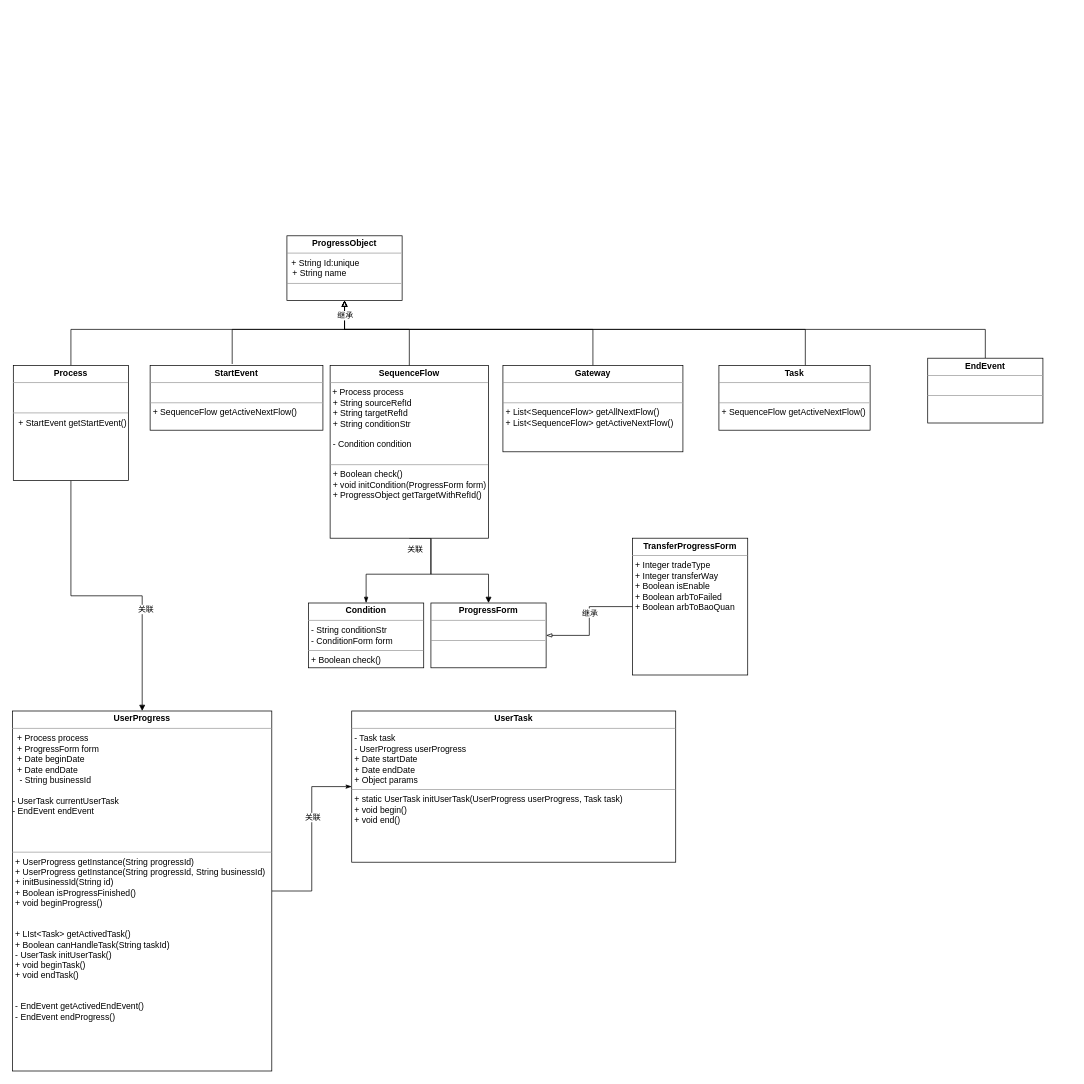
This is 20221110-优信拍售后过户流程设计.drawio from specialnote/diagrams, a draw.io file, before an edit. Source tidied: cells renumbered, new cells numbered last; positions are measured from the earlier drawing's top-left corner, leaving out a move shared by most shapes. Both pictures are drawn from the tidied source at 72%, with x=0, y=0 at pixel (12, 235).
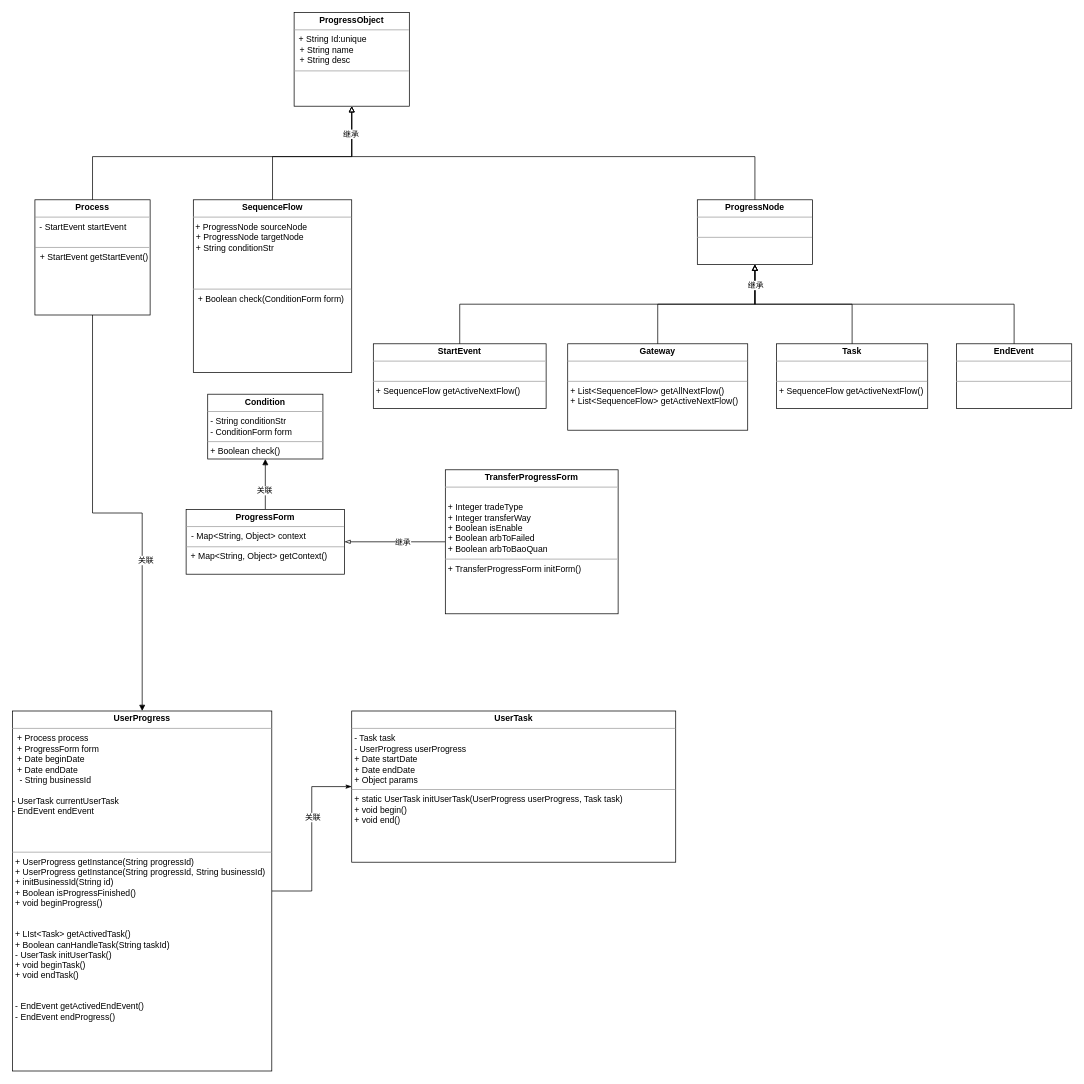
Above is the later version.

Commit message (it also covers changes not shown here):
Update 20221110-优信拍售后过户流程设计.drawio

The edit, as a diff of the source:
```diff
@@
-    <mxCell id="2" style="edgeStyle=orthogonalEdgeStyle;rounded=0;jettySize=auto;html=1;entryX=0.5;entryY=1;entryDx=0;entryDy=0;endArrow=block;endFill=0;" parent="1" edge="1" target="20">
-      <mxGeometry relative="1" as="geometry">
-        <mxPoint x="551" y="190" as="sourcePoint" />
-        <Array as="points">
-          <mxPoint x="551" y="130" />
-          <mxPoint x="461" y="130" />
-        </Array>
-      </mxGeometry>
-    </mxCell>
-    <mxCell id="3" style="edgeStyle=orthogonalEdgeStyle;rounded=0;jettySize=auto;html=1;endArrow=blockThin;endFill=1;" parent="1" edge="1" source="6" target="7">
-      <mxGeometry relative="1" as="geometry">
-        <Array as="points">
-          <mxPoint x="581" y="470" />
-          <mxPoint x="491" y="470" />
-        </Array>
-      </mxGeometry>
-    </mxCell>
-    <mxCell id="4" style="edgeStyle=orthogonalEdgeStyle;rounded=0;jettySize=auto;html=1;endArrow=block;endFill=1;exitX=0.5;exitY=1;exitDx=0;exitDy=0;" parent="1" edge="1" source="6" target="21">
-      <mxGeometry relative="1" as="geometry">
-        <Array as="points">
-          <mxPoint x="581" y="470" />
-          <mxPoint x="661" y="470" />
-        </Array>
-      </mxGeometry>
-    </mxCell>
+    <mxCell id="6" value="&lt;p style=&quot;margin:0px;margin-top:4px;text-align:center;&quot;&gt;&lt;b&gt;SequenceFlow&lt;/b&gt;&lt;br&gt;&lt;/p&gt;&lt;hr size=&quot;1&quot;&gt;&amp;nbsp;+ ProgressNode sourceNode&lt;p style=&quot;margin:0px;margin-left:4px;&quot;&gt;+ ProgressNode targetNode&lt;br&gt;+ String conditionStr&lt;br&gt;&lt;/p&gt;&lt;p style=&quot;margin:0px;margin-left:4px;&quot;&gt;&lt;br&gt;&lt;/p&gt;&lt;p style=&quot;margin:0px;margin-left:4px;&quot;&gt;&lt;br&gt;&lt;/p&gt;&lt;p style=&quot;margin:0px;margin-left:4px;&quot;&gt;&lt;br&gt;&lt;/p&gt;&lt;hr size=&quot;1&quot;&gt;&lt;div&gt;&amp;nbsp; + Boolean check(ConditionForm form)&lt;/div&gt;" style="verticalAlign=top;align=left;overflow=fill;fontSize=12;fontFamily=Helvetica;html=1;" parent="1" vertex="1">
+      <mxGeometry x="251" y="-50" width="220" height="240" as="geometry" />
+    </mxCell>
+    <mxCell id="30" style="edgeStyle=orthogonalEdgeStyle;rounded=0;jettySize=auto;html=1;startArrow=block;startFill=1;endArrow=none;endFill=0;" parent="1" edge="1" source="7" target="21">
+      <mxGeometry relative="1" as="geometry" />
+    </mxCell>
-    <mxCell id="5" value="关联" style="edgeLabel;html=1;align=center;verticalAlign=middle;" parent="4" vertex="1">
-      <mxGeometry x="-0.94" y="-1" relative="1" as="geometry">
-        <mxPoint x="1" y="13" as="offset" />
-      </mxGeometry>
+    <mxCell id="5" value="关联" style="edgeLabel;html=1;align=center;verticalAlign=middle;" parent="30" vertex="1">
+      <mxGeometry x="0.24" y="-2" relative="1" as="geometry" />
     </mxCell>
-    <mxCell id="6" value="&lt;p style=&quot;margin:0px;margin-top:4px;text-align:center;&quot;&gt;&lt;b&gt;SequenceFlow&lt;/b&gt;&lt;br&gt;&lt;/p&gt;&lt;hr size=&quot;1&quot;&gt;&amp;nbsp;+ Process process&lt;br&gt;&lt;p style=&quot;margin:0px;margin-left:4px;&quot;&gt;+ String sourceRefId&lt;/p&gt;&lt;p style=&quot;margin:0px;margin-left:4px;&quot;&gt;+ String targetRefId&lt;br&gt;+ String conditionStr&lt;br&gt;&lt;/p&gt;&lt;p style=&quot;margin:0px;margin-left:4px;&quot;&gt;&lt;br&gt;&lt;/p&gt;&lt;p style=&quot;margin:0px;margin-left:4px;&quot;&gt;- Condition condition&lt;br&gt;&lt;/p&gt;&lt;p style=&quot;margin:0px;margin-left:4px;&quot;&gt;&lt;br&gt;&lt;/p&gt;&lt;hr size=&quot;1&quot;&gt;&lt;p style=&quot;margin:0px;margin-left:4px;&quot;&gt;+ Boolean check()&lt;/p&gt;&lt;p style=&quot;margin:0px;margin-left:4px;&quot;&gt;+ void initCondition(ProgressForm form)&lt;br&gt;&lt;/p&gt;&lt;p style=&quot;margin:0px;margin-left:4px;&quot;&gt;+ ProgressObject getTargetWithRefId()&lt;br&gt;&lt;/p&gt;" style="verticalAlign=top;align=left;overflow=fill;fontSize=12;fontFamily=Helvetica;html=1;" parent="1" vertex="1">
-      <mxGeometry x="441" y="180" width="220" height="240" as="geometry" />
-    </mxCell>
     <mxCell id="7" value="&lt;p style=&quot;margin:0px;margin-top:4px;text-align:center;&quot;&gt;&lt;b&gt;Condition&lt;/b&gt;&lt;br&gt;&lt;/p&gt;&lt;hr size=&quot;1&quot;&gt;&lt;p style=&quot;margin:0px;margin-left:4px;&quot;&gt;- String conditionStr&lt;/p&gt;&lt;p style=&quot;margin:0px;margin-left:4px;&quot;&gt;- ConditionForm form&lt;br&gt;&lt;/p&gt;&lt;hr size=&quot;1&quot;&gt;&lt;p style=&quot;margin:0px;margin-left:4px;&quot;&gt;+ Boolean check()&lt;br&gt;&lt;/p&gt;" style="verticalAlign=top;align=left;overflow=fill;fontSize=12;fontFamily=Helvetica;html=1;" parent="1" vertex="1">
-      <mxGeometry x="411" y="510" width="160" height="90" as="geometry" />
+      <mxGeometry x="271" y="220" width="160" height="90" as="geometry" />
     </mxCell>
-    <mxCell id="8" style="edgeStyle=orthogonalEdgeStyle;rounded=0;jettySize=auto;html=1;endArrow=block;endFill=0;" parent="1" edge="1" source="29" target="20">
-      <mxGeometry relative="1" as="geometry">
-        <Array as="points">
-          <mxPoint x="1101" y="130" />
-          <mxPoint x="461" y="130" />
-        </Array>
-      </mxGeometry>
-    </mxCell>
@@
-    <mxCell id="12" style="edgeStyle=orthogonalEdgeStyle;rounded=0;jettySize=auto;html=1;endArrow=block;endFill=0;exitX=0.5;exitY=0;exitDx=0;exitDy=0;" parent="1" edge="1" source="15" target="20">
-      <mxGeometry relative="1" as="geometry">
-        <Array as="points">
-          <mxPoint x="81" y="130" />
-          <mxPoint x="461" y="130" />
-        </Array>
-      </mxGeometry>
-    </mxCell>
@@
-    <mxCell id="15" value="&lt;p style=&quot;margin:0px;margin-top:4px;text-align:center;&quot;&gt;&lt;b&gt;Process&lt;/b&gt;&lt;/p&gt;&lt;hr size=&quot;1&quot;&gt;&lt;br&gt;&lt;p style=&quot;margin:0px;margin-left:8px;&quot;&gt;&lt;br&gt;&lt;/p&gt;&lt;hr size=&quot;1&quot;&gt;&lt;p style=&quot;margin:0px;margin-left:4px;&quot;&gt;&amp;nbsp;+ StartEvent getStartEvent()&lt;br&gt;&lt;/p&gt;" style="verticalAlign=top;align=left;overflow=fill;fontSize=12;fontFamily=Helvetica;html=1;" parent="1" vertex="1">
-      <mxGeometry x="1" y="180" width="160" height="160" as="geometry" />
+    <mxCell id="15" value="&lt;p style=&quot;margin:0px;margin-top:4px;text-align:center;&quot;&gt;&lt;b&gt;Process&lt;/b&gt;&lt;/p&gt;&lt;hr size=&quot;1&quot;&gt;&amp;nbsp; - StartEvent startEvent&lt;br&gt;&lt;p style=&quot;margin:0px;margin-left:8px;&quot;&gt;&lt;br&gt;&lt;/p&gt;&lt;hr size=&quot;1&quot;&gt;&lt;p style=&quot;margin:0px;margin-left:4px;&quot;&gt;&amp;nbsp;+ StartEvent getStartEvent()&lt;br&gt;&lt;/p&gt;" style="verticalAlign=top;align=left;overflow=fill;fontSize=12;fontFamily=Helvetica;html=1;" parent="1" vertex="1">
+      <mxGeometry x="31" y="-50" width="160" height="160" as="geometry" />
     </mxCell>
-    <mxCell id="16" style="edgeStyle=orthogonalEdgeStyle;rounded=0;jettySize=auto;html=1;entryX=0.5;entryY=1;entryDx=0;entryDy=0;endArrow=block;endFill=0;exitX=0.475;exitY=-0.022;exitDx=0;exitDy=0;exitPerimeter=0;" parent="1" edge="1" source="17" target="20">
-      <mxGeometry relative="1" as="geometry">
-        <Array as="points">
-          <mxPoint x="305" y="130" />
-          <mxPoint x="461" y="130" />
-        </Array>
-      </mxGeometry>
-    </mxCell>
     <mxCell id="17" value="&lt;p style=&quot;margin:0px;margin-top:4px;text-align:center;&quot;&gt;&lt;b&gt;StartEvent&lt;/b&gt;&lt;br&gt;&lt;/p&gt;&lt;hr size=&quot;1&quot;&gt;&lt;br&gt;&lt;hr size=&quot;1&quot;&gt;&lt;p style=&quot;margin:0px;margin-left:4px;&quot;&gt;+ SequenceFlow getActiveNextFlow()&lt;/p&gt;" style="verticalAlign=top;align=left;overflow=fill;fontSize=12;fontFamily=Helvetica;html=1;" parent="1" vertex="1">
-      <mxGeometry x="191" y="180" width="240" height="90" as="geometry" />
+      <mxGeometry x="501" y="150" width="240" height="90" as="geometry" />
     </mxCell>
-    <mxCell id="18" style="edgeStyle=orthogonalEdgeStyle;rounded=0;jettySize=auto;html=1;endArrow=block;endFill=0;" parent="1" edge="1" source="19" target="20">
-      <mxGeometry relative="1" as="geometry">
-        <Array as="points">
-          <mxPoint x="1351" y="130" />
-          <mxPoint x="461" y="130" />
-        </Array>
-      </mxGeometry>
-    </mxCell>
     <mxCell id="19" value="&lt;p style=&quot;margin:0px;margin-top:4px;text-align:center;&quot;&gt;&lt;b&gt;EndEvent&lt;/b&gt;&lt;br&gt;&lt;/p&gt;&lt;hr size=&quot;1&quot;&gt;&amp;nbsp; &lt;br&gt;&lt;hr size=&quot;1&quot;&gt;&lt;p style=&quot;margin:0px;margin-left:4px;&quot;&gt;&lt;br&gt;&lt;/p&gt;" style="verticalAlign=top;align=left;overflow=fill;fontSize=12;fontFamily=Helvetica;html=1;" parent="1" vertex="1">
-      <mxGeometry x="1271" y="170" width="160" height="90" as="geometry" />
+      <mxGeometry x="1311" y="150" width="160" height="90" as="geometry" />
     </mxCell>
+    <mxCell id="31" style="edgeStyle=orthogonalEdgeStyle;rounded=0;jettySize=auto;html=1;startArrow=block;startFill=0;endArrow=none;endFill=0;exitX=0.5;exitY=1;exitDx=0;exitDy=0;" parent="1" edge="1" source="20" target="15">
+      <mxGeometry relative="1" as="geometry">
+        <Array as="points">
+          <mxPoint x="471" y="-110" />
+          <mxPoint x="111" y="-110" />
+        </Array>
+      </mxGeometry>
+    </mxCell>
+    <mxCell id="32" style="edgeStyle=orthogonalEdgeStyle;rounded=0;jettySize=auto;html=1;startArrow=block;startFill=0;endArrow=none;endFill=0;" parent="1" edge="1" source="20" target="6">
+      <mxGeometry relative="1" as="geometry">
+        <Array as="points">
+          <mxPoint x="471" y="-110" />
+          <mxPoint x="361" y="-110" />
+        </Array>
+      </mxGeometry>
+    </mxCell>
+    <mxCell id="33" style="edgeStyle=orthogonalEdgeStyle;rounded=0;jettySize=auto;html=1;startArrow=block;startFill=0;endArrow=none;endFill=0;exitX=0.5;exitY=1;exitDx=0;exitDy=0;" parent="1" edge="1" source="20" target="40">
+      <mxGeometry relative="1" as="geometry">
+        <Array as="points">
+          <mxPoint x="471" y="-110" />
+          <mxPoint x="1031" y="-110" />
+        </Array>
+      </mxGeometry>
+    </mxCell>
+    <mxCell id="34" value="继承" style="edgeLabel;html=1;align=center;verticalAlign=middle;" parent="33" vertex="1">
+      <mxGeometry x="-0.89" y="-2" relative="1" as="geometry" />
+    </mxCell>
-    <mxCell id="20" value="&lt;p style=&quot;margin:0px;margin-top:4px;text-align:center;&quot;&gt;&lt;b&gt;ProgressObject&lt;/b&gt;&lt;br&gt;&lt;/p&gt;&lt;hr size=&quot;1&quot;&gt;&amp;nbsp; + String Id:unique&lt;p style=&quot;margin:0px;margin-left:8px;&quot;&gt;+ String name&lt;/p&gt;&lt;hr size=&quot;1&quot;&gt;" style="verticalAlign=top;align=left;overflow=fill;fontSize=12;fontFamily=Helvetica;html=1;" parent="1" vertex="1">
-      <mxGeometry x="381" width="160" height="90" as="geometry" />
+    <mxCell id="20" value="&lt;p style=&quot;margin:0px;margin-top:4px;text-align:center;&quot;&gt;&lt;b&gt;ProgressObject&lt;/b&gt;&lt;br&gt;&lt;/p&gt;&lt;hr size=&quot;1&quot;&gt;&amp;nbsp; + String Id:unique&lt;p style=&quot;margin:0px;margin-left:8px;&quot;&gt;+ String name&lt;br&gt;+ String desc&lt;br&gt;&lt;/p&gt;&lt;hr size=&quot;1&quot;&gt;" style="verticalAlign=top;align=left;overflow=fill;fontSize=12;fontFamily=Helvetica;html=1;" parent="1" vertex="1">
+      <mxGeometry x="391" y="-310" width="160" height="130" as="geometry" />
     </mxCell>
-    <mxCell id="21" value="&lt;p style=&quot;margin:0px;margin-top:4px;text-align:center;&quot;&gt;&lt;b&gt;ProgressForm&lt;/b&gt;&lt;br&gt;&lt;/p&gt;&lt;hr size=&quot;1&quot;&gt;&lt;p style=&quot;margin:0px;margin-left:4px;&quot;&gt;&lt;br&gt;&lt;/p&gt;&lt;hr size=&quot;1&quot;&gt;&amp;nbsp;" style="verticalAlign=top;align=left;overflow=fill;fontSize=12;fontFamily=Helvetica;html=1;" parent="1" vertex="1">
-      <mxGeometry x="581" y="510" width="160" height="90" as="geometry" />
+    <mxCell id="21" value="&lt;p style=&quot;margin:0px;margin-top:4px;text-align:center;&quot;&gt;&lt;b&gt;ProgressForm&lt;/b&gt;&lt;br&gt;&lt;/p&gt;&lt;hr size=&quot;1&quot;&gt;&lt;p style=&quot;margin:0px;margin-left:4px;&quot;&gt;&amp;nbsp;- Map&amp;lt;String, Object&amp;gt; context&lt;br&gt;&lt;/p&gt;&lt;hr size=&quot;1&quot;&gt;&amp;nbsp; + Map&amp;lt;String, Object&amp;gt; getContext()" style="verticalAlign=top;align=left;overflow=fill;fontSize=12;fontFamily=Helvetica;html=1;" parent="1" vertex="1">
+      <mxGeometry x="241" y="380" width="220" height="90" as="geometry" />
     </mxCell>
-    <mxCell id="22" style="edgeStyle=orthogonalEdgeStyle;rounded=0;jettySize=auto;html=1;entryX=1;entryY=0.5;entryDx=0;entryDy=0;endArrow=blockThin;endFill=0;" parent="1" edge="1" source="24" target="21">
+    <mxCell id="22" style="edgeStyle=orthogonalEdgeStyle;rounded=0;jettySize=auto;html=1;entryX=1;entryY=0.5;entryDx=0;entryDy=0;endArrow=blockThin;endFill=0;" parent="1" edge="1" source="41" target="21">
       <mxGeometry relative="1" as="geometry" />
     </mxCell>
@@
-    <mxCell id="24" value="&lt;p style=&quot;margin:0px;margin-top:4px;text-align:center;&quot;&gt;&lt;b&gt;TransferProgressForm&lt;/b&gt;&lt;br&gt;&lt;/p&gt;&lt;hr size=&quot;1&quot;&gt;&lt;p style=&quot;margin:0px;margin-left:4px;&quot;&gt;+ Integer tradeType&lt;/p&gt;&lt;p style=&quot;margin:0px;margin-left:4px;&quot;&gt;+ Integer transferWay&lt;/p&gt;&lt;p style=&quot;margin:0px;margin-left:4px;&quot;&gt;+ Boolean isEnable&lt;br&gt;&lt;/p&gt;&lt;p style=&quot;margin:0px;margin-left:4px;&quot;&gt;+ Boolean arbToFailed&lt;br&gt;+ Boolean arbToBaoQuan&lt;br&gt;&lt;/p&gt;&lt;p style=&quot;margin:0px;margin-left:4px;&quot;&gt;&lt;br&gt;&lt;/p&gt;" style="verticalAlign=top;align=left;overflow=fill;fontSize=12;fontFamily=Helvetica;html=1;" parent="1" vertex="1">
-      <mxGeometry x="861" y="420" width="160" height="190" as="geometry" />
-    </mxCell>
@@
-    <mxCell id="26" style="edgeStyle=orthogonalEdgeStyle;rounded=0;jettySize=auto;html=1;endArrow=blockThin;endFill=0;exitX=0.5;exitY=0;exitDx=0;exitDy=0;" parent="1" edge="1" source="28" target="20">
-      <mxGeometry relative="1" as="geometry">
-        <Array as="points">
-          <mxPoint x="806" y="130" />
-          <mxPoint x="461" y="130" />
-        </Array>
-      </mxGeometry>
-    </mxCell>
-    <mxCell id="27" value="继承" style="edgeLabel;html=1;align=center;verticalAlign=middle;" parent="26" vertex="1">
-      <mxGeometry x="0.94" y="2" relative="1" as="geometry">
-        <mxPoint x="2" y="7" as="offset" />
-      </mxGeometry>
-    </mxCell>
     <mxCell id="28" value="&lt;p style=&quot;margin:0px;margin-top:4px;text-align:center;&quot;&gt;&lt;b&gt;Gateway&lt;/b&gt;&lt;br&gt;&lt;/p&gt;&lt;hr size=&quot;1&quot;&gt;&lt;br&gt;&lt;hr size=&quot;1&quot;&gt;&lt;p style=&quot;margin:0px;margin-left:4px;&quot;&gt;+ List&amp;lt;SequenceFlow&amp;gt; getAllNextFlow()&lt;br&gt;+ List&amp;lt;SequenceFlow&amp;gt; getActiveNextFlow()&lt;/p&gt;&lt;p style=&quot;margin:0px;margin-left:4px;&quot;&gt;&lt;br&gt;&lt;br&gt;&lt;/p&gt;&lt;p style=&quot;margin:0px;margin-left:4px;&quot;&gt;&lt;/p&gt;" style="verticalAlign=top;align=left;overflow=fill;fontSize=12;fontFamily=Helvetica;html=1;" parent="1" vertex="1">
-      <mxGeometry x="681" y="180" width="250" height="120" as="geometry" />
+      <mxGeometry x="771" y="150" width="250" height="120" as="geometry" />
     </mxCell>
     <mxCell id="29" value="&lt;p style=&quot;margin:0px;margin-top:4px;text-align:center;&quot;&gt;&lt;b&gt;Task&lt;/b&gt;&lt;br&gt;&lt;/p&gt;&lt;hr size=&quot;1&quot;&gt;&amp;nbsp; &lt;br&gt;&lt;hr size=&quot;1&quot;&gt;&lt;p style=&quot;margin:0px;margin-left:4px;&quot;&gt;+ SequenceFlow getActiveNextFlow()&lt;/p&gt;&lt;p style=&quot;margin:0px;margin-left:4px;&quot;&gt;&lt;/p&gt;" style="verticalAlign=top;align=left;overflow=fill;fontSize=12;fontFamily=Helvetica;html=1;" parent="1" vertex="1">
-      <mxGeometry x="981" y="180" width="210" height="90" as="geometry" />
+      <mxGeometry x="1061" y="150" width="210" height="90" as="geometry" />
     </mxCell>
+    <mxCell id="35" style="edgeStyle=orthogonalEdgeStyle;rounded=0;jettySize=auto;html=1;startArrow=block;startFill=0;endArrow=none;endFill=0;exitX=0.5;exitY=1;exitDx=0;exitDy=0;" parent="1" edge="1" source="40" target="17">
+      <mxGeometry relative="1" as="geometry" />
+    </mxCell>
+    <mxCell id="36" style="edgeStyle=orthogonalEdgeStyle;rounded=0;jettySize=auto;html=1;startArrow=block;startFill=0;endArrow=none;endFill=0;" parent="1" edge="1" source="40" target="28">
+      <mxGeometry relative="1" as="geometry" />
+    </mxCell>
+    <mxCell id="37" style="edgeStyle=orthogonalEdgeStyle;rounded=0;jettySize=auto;html=1;startArrow=block;startFill=0;endArrow=none;endFill=0;" parent="1" edge="1" source="40" target="29">
+      <mxGeometry relative="1" as="geometry" />
+    </mxCell>
+    <mxCell id="38" style="edgeStyle=orthogonalEdgeStyle;rounded=0;jettySize=auto;html=1;startArrow=block;startFill=0;endArrow=none;endFill=0;exitX=0.5;exitY=1;exitDx=0;exitDy=0;" parent="1" edge="1" source="40" target="19">
+      <mxGeometry relative="1" as="geometry" />
+    </mxCell>
+    <mxCell id="39" value="继承" style="edgeLabel;html=1;align=center;verticalAlign=middle;" parent="38" vertex="1">
+      <mxGeometry x="-0.88" relative="1" as="geometry" />
+    </mxCell>
+    <mxCell id="40" value="&lt;p style=&quot;margin:0px;margin-top:4px;text-align:center;&quot;&gt;&lt;b&gt;ProgressNode&lt;/b&gt;&lt;br&gt;&lt;/p&gt;&lt;hr size=&quot;1&quot;&gt;&amp;nbsp; &lt;br&gt;&lt;hr size=&quot;1&quot;&gt;&lt;p style=&quot;margin:0px;margin-left:4px;&quot;&gt;&lt;br&gt;&lt;/p&gt;" style="verticalAlign=top;align=left;overflow=fill;fontSize=12;fontFamily=Helvetica;html=1;" parent="1" vertex="1">
+      <mxGeometry x="951" y="-50" width="160" height="90" as="geometry" />
+    </mxCell>
+    <mxCell id="41" value="&lt;p style=&quot;margin:0px;margin-top:4px;text-align:center;&quot;&gt;&lt;b&gt;TransferProgressForm&lt;/b&gt;&lt;br&gt;&lt;/p&gt;&lt;hr size=&quot;1&quot;&gt;&amp;nbsp; &lt;br&gt;&lt;p style=&quot;margin:0px;margin-left:4px;&quot;&gt;+ Integer tradeType&lt;/p&gt;&lt;p style=&quot;margin:0px;margin-left:4px;&quot;&gt;+ Integer transferWay&lt;/p&gt;&lt;p style=&quot;margin:0px;margin-left:4px;&quot;&gt;+ Boolean isEnable&lt;br&gt;&lt;/p&gt;&lt;p style=&quot;margin:0px;margin-left:4px;&quot;&gt;+ Boolean arbToFailed&lt;br&gt;+ Boolean arbToBaoQuan&lt;br&gt;&lt;/p&gt;&lt;hr size=&quot;1&quot;&gt;&lt;p style=&quot;margin:0px;margin-left:4px;&quot;&gt;+ TransferProgressForm initForm()&lt;b&gt;&lt;br&gt;&lt;/b&gt;&lt;/p&gt;" style="verticalAlign=top;align=left;overflow=fill;fontSize=12;fontFamily=Helvetica;html=1;" parent="1" vertex="1">
+      <mxGeometry x="601" y="325" width="240" height="200" as="geometry" />
+    </mxCell>
```
